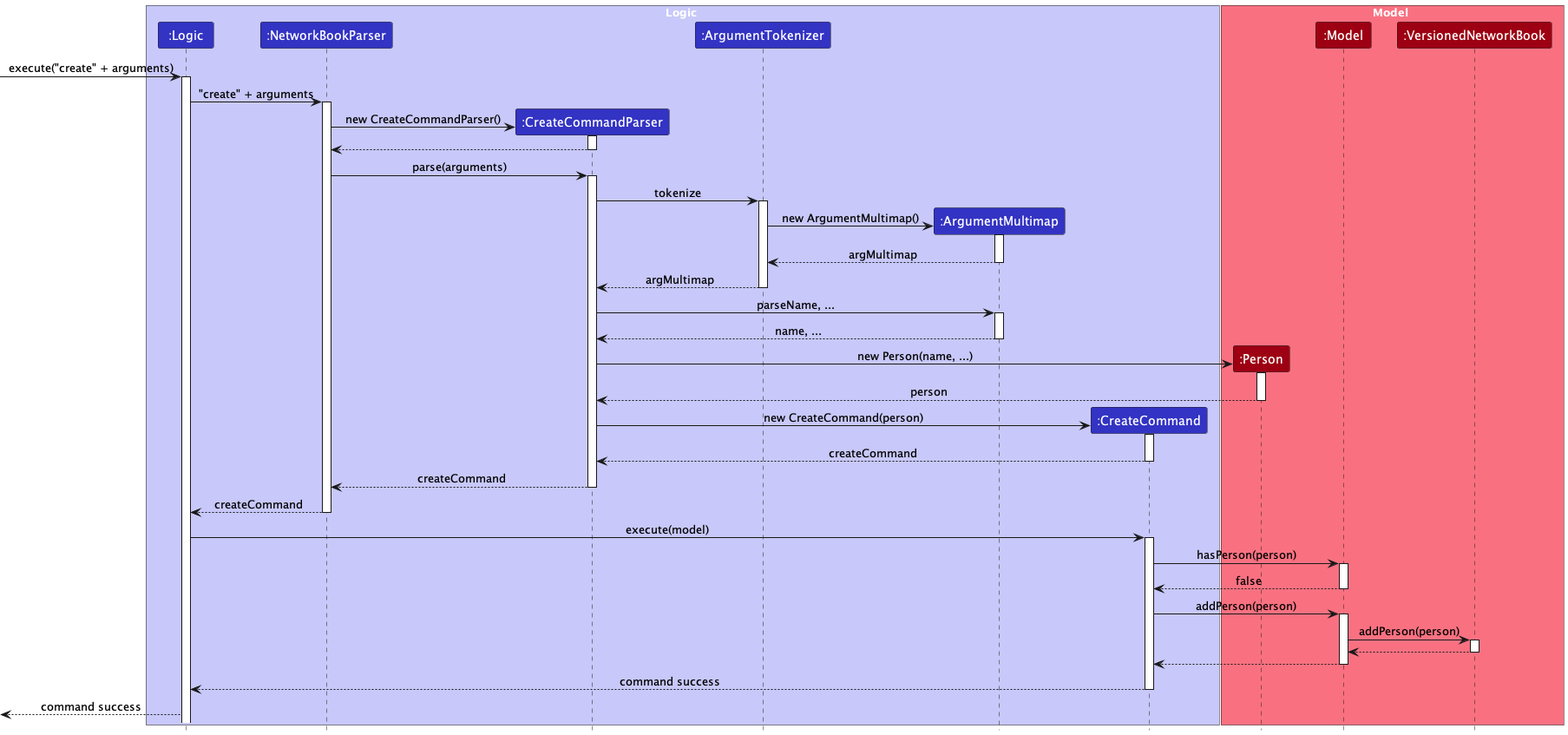
Earlier version of the PlantUML export docs/images/create/CreateDiagram.png (nus-cs2103-AY2324S1/tp).
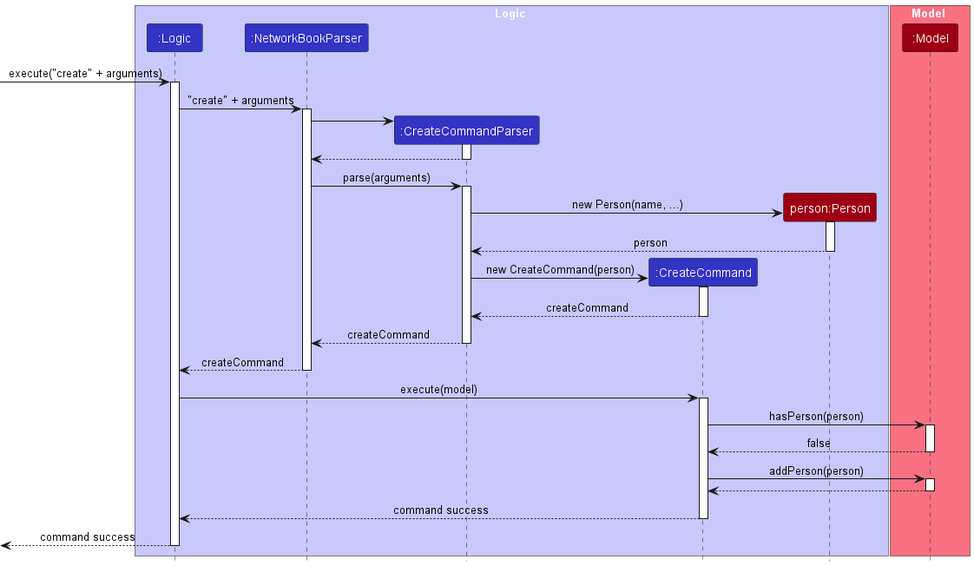
After the commit.

Diff of the diagram source:
```diff
@@ -6,15 +6,12 @@
 Participant ":Logic" as logic LOGIC_COLOR
 Participant ":NetworkBookParser" as networkBookParser LOGIC_COLOR
 Participant ":CreateCommandParser" as createCommandParser LOGIC_COLOR
-Participant ":ArgumentTokenizer" as ArgumentTokenizer LOGIC_COLOR
-Participant ":ArgumentMultimap" as argMultimap LOGIC_COLOR
 Participant ":CreateCommand" as createCommand LOGIC_COLOR
+Participant "person:Person" as person MODEL_COLOR
 end box
 
 box Model MODEL_COLOR_T1
-Participant ":Person" as person MODEL_COLOR
 Participant ":Model" as model MODEL_COLOR
-Participant ":VersionedNetworkBook" as versionedNetworkBook MODEL_COLOR
 end box
 
 -> logic : execute("create" + arguments)
@@ -24,7 +21,7 @@
 activate networkBookParser
 
 create createCommandParser
-networkBookParser -> createCommandParser : new CreateCommandParser()
+networkBookParser -> createCommandParser
 activate createCommandParser
 
 createCommandParser --> networkBookParser
@@ -32,23 +29,6 @@
 
 networkBookParser -> createCommandParser : parse(arguments)
 activate createCommandParser
-
-createCommandParser -> ArgumentTokenizer : tokenize
-activate ArgumentTokenizer
-
-create argMultimap
-ArgumentTokenizer -> argMultimap : new ArgumentMultimap()
-activate argMultimap
-argMultimap --> ArgumentTokenizer : argMultimap
-deactivate argMultimap
-
-ArgumentTokenizer --> createCommandParser : argMultimap
-deactivate ArgumentTokenizer
-
-createCommandParser -> argMultimap : parseName, ...
-activate argMultimap
-argMultimap --> createCommandParser : name, ...
-deactivate argMultimap
 
 create person
 createCommandParser -> person : new Person(name, ...)
@@ -79,10 +59,6 @@
 
 createCommand -> model : addPerson(person)
 activate model
-model -> versionedNetworkBook : addPerson(person)
-activate versionedNetworkBook
-versionedNetworkBook --> model :
-deactivate versionedNetworkBook
 model --> createCommand :
 deactivate model
 
@@ -91,5 +67,6 @@
 deactivate createCommand
 
 <-- logic : command success
+deactivate logic
 
 @enduml
```
